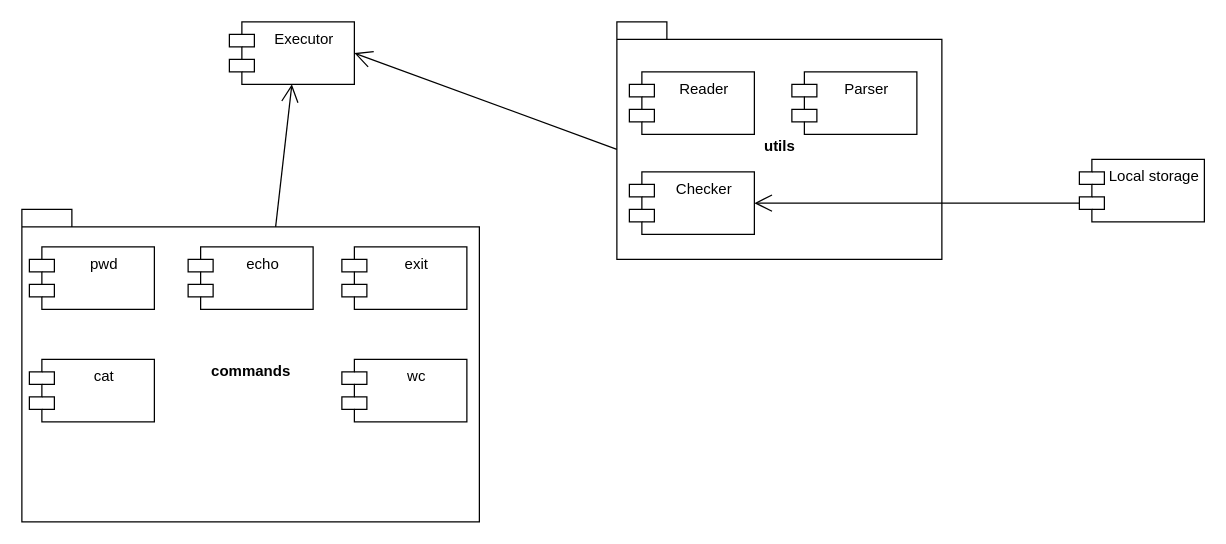
Earlier version of the draw.io diagram HW1/diagrams/componentDiagram.drawio (MeganDorian/Software-Development). Source tidied: cells renumbered, new cells numbered last; positions are measured from the earlier drawing's top-left corner, leaving out a move shared by most shapes. Both pictures are drawn from the tidied source at 125%, with x=0, y=0 at pixel (21, 21).
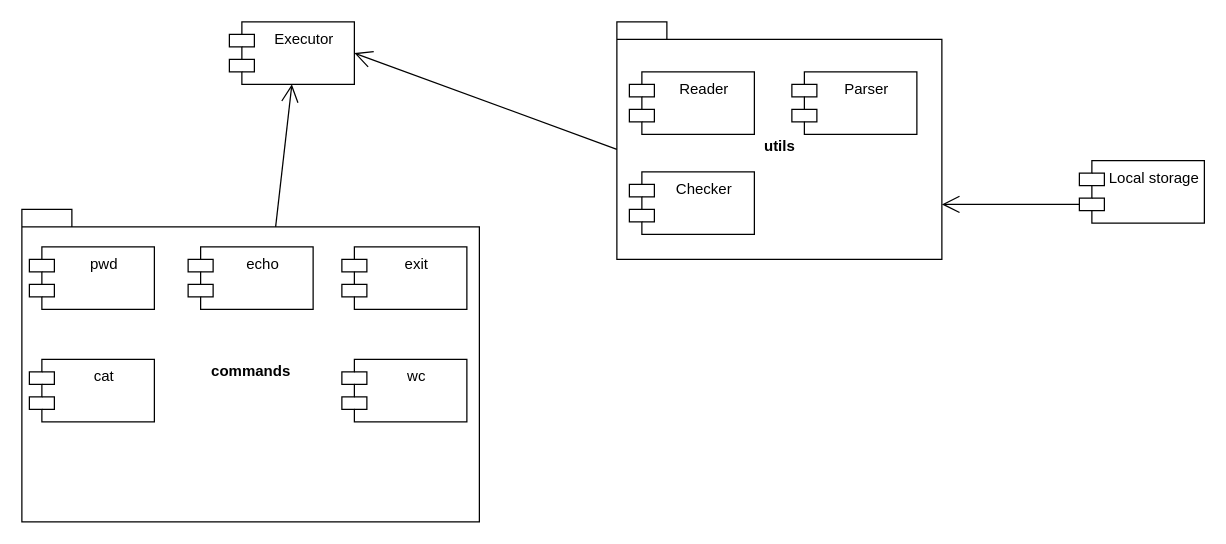
The same diagram, later.

Commit message (it also covers changes not shown here):
fix: fix style, update component diagram, update description step when error occurs

Diff of the diagram source:
```diff
@@
 <mxGraphModel>
   <root>
     <mxCell id="0" />
     <mxCell id="1" parent="0" />
     <mxCell id="2" value="utils" style="shape=folder;fontStyle=1;spacingTop=10;tabWidth=40;tabHeight=14;tabPosition=left;html=1;" parent="1" vertex="1">
       <mxGeometry x="476" width="260" height="190" as="geometry" />
     </mxCell>
     <mxCell id="3" value="Reader" style="shape=module;align=left;spacingLeft=20;align=center;verticalAlign=top;" parent="1" vertex="1">
       <mxGeometry x="486" y="40" width="100" height="50" as="geometry" />
     </mxCell>
     <mxCell id="4" value="Parser" style="shape=module;align=left;spacingLeft=20;align=center;verticalAlign=top;" parent="1" vertex="1">
       <mxGeometry x="616" y="40" width="100" height="50" as="geometry" />
     </mxCell>
     <mxCell id="5" value="Checker" style="shape=module;align=left;spacingLeft=20;align=center;verticalAlign=top;" parent="1" vertex="1">
       <mxGeometry x="486" y="120" width="100" height="50" as="geometry" />
     </mxCell>
     <mxCell id="6" value="Executor" style="shape=module;align=left;spacingLeft=20;align=center;verticalAlign=top;" parent="1" vertex="1">
       <mxGeometry x="166" width="100" height="50" as="geometry" />
     </mxCell>
     <mxCell id="7" value="commands" style="shape=folder;fontStyle=1;spacingTop=10;tabWidth=40;tabHeight=14;tabPosition=left;html=1;" parent="1" vertex="1">
       <mxGeometry y="150" width="366" height="250" as="geometry" />
     </mxCell>
     <mxCell id="8" style="endArrow=open;endFill=1;endSize=12;html=1;rounded=0;entryX=1;entryY=0.5;entryDx=0;entryDy=0;exitX=0;exitY=0;exitDx=0;exitDy=102;exitPerimeter=0;" parent="1" edge="1" source="2" target="6">
       <mxGeometry relative="1" as="geometry" />
     </mxCell>
     <mxCell id="9" value="pwd" style="shape=module;align=left;spacingLeft=20;align=center;verticalAlign=top;" parent="1" vertex="1">
       <mxGeometry x="6" y="180" width="100" height="50" as="geometry" />
     </mxCell>
     <mxCell id="10" style="endArrow=open;endFill=1;endSize=12;html=1;rounded=0;entryX=0.5;entryY=1;entryDx=0;entryDy=0;exitX=0;exitY=0;exitDx=203;exitDy=14;exitPerimeter=0;" parent="1" edge="1" source="7" target="6">
       <mxGeometry relative="1" as="geometry" />
     </mxCell>
     <mxCell id="11" value="echo" style="shape=module;align=left;spacingLeft=20;align=center;verticalAlign=top;" parent="1" vertex="1">
       <mxGeometry x="133" y="180" width="100" height="50" as="geometry" />
     </mxCell>
     <mxCell id="12" value="cat" style="shape=module;align=left;spacingLeft=20;align=center;verticalAlign=top;" parent="1" vertex="1">
       <mxGeometry x="6" y="270" width="100" height="50" as="geometry" />
     </mxCell>
     <mxCell id="13" value="exit" style="shape=module;align=left;spacingLeft=20;align=center;verticalAlign=top;" parent="1" vertex="1">
       <mxGeometry x="256" y="180" width="100" height="50" as="geometry" />
     </mxCell>
     <mxCell id="14" value="wc" style="shape=module;align=left;spacingLeft=20;align=center;verticalAlign=top;" parent="1" vertex="1">
       <mxGeometry x="256" y="270" width="100" height="50" as="geometry" />
     </mxCell>
     <mxCell id="15" value="Local storage" style="shape=module;align=left;spacingLeft=20;align=center;verticalAlign=top;" parent="1" vertex="1">
-      <mxGeometry x="846" y="110" width="100" height="50" as="geometry" />
+      <mxGeometry x="846" y="111" width="100" height="50" as="geometry" />
     </mxCell>
-    <mxCell id="16" style="endArrow=open;endFill=1;endSize=12;html=1;rounded=0;entryX=1;entryY=0.5;entryDx=0;entryDy=0;exitX=0;exitY=0;exitDx=0;exitDy=35;exitPerimeter=0;" parent="1" edge="1" source="15" target="5">
+    <mxCell id="16" style="endArrow=open;endFill=1;endSize=12;html=1;rounded=0;entryX=0;entryY=0;entryDx=260;entryDy=146;exitX=0;exitY=0;exitDx=0;exitDy=35;exitPerimeter=0;entryPerimeter=0;" parent="1" edge="1" source="15" target="2">
       <mxGeometry relative="1" as="geometry" />
     </mxCell>
   </root>
 </mxGraphModel>
```
